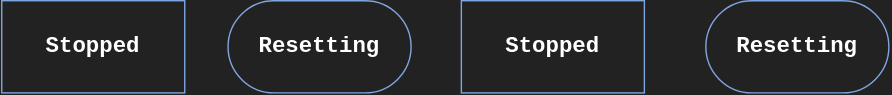
Before: drawio/PackMLState.svg, a diagram exported from draw.io (Stolorzs/Picgo). Source tidied: cells renumbered, new cells last; positions are measured from the earlier drawing's top-left corner, leaving out a move shared by most shapes. Its diagram source:
```xml
<mxGraphModel background="#222222">
  <root>
    <mxCell id="0" />
    <mxCell id="1" parent="0" />
    <mxCell id="2" value="&lt;font color=&quot;#ffffff&quot;&gt;&lt;span style=&quot;font-size: 16px;&quot;&gt;Stopped&lt;/span&gt;&lt;/font&gt;" style="rounded=0;whiteSpace=wrap;html=1;strokeColor=#7EA6E0;align=center;verticalAlign=middle;fontFamily=Courier New;fontSize=12;fontColor=default;fontStyle=1;labelBackgroundColor=none;fillColor=none;" parent="1" vertex="1">
      <mxGeometry width="131" height="66" as="geometry" />
    </mxCell>
    <mxCell id="3" value="&lt;div&gt;&lt;font color=&quot;#ffffff&quot;&gt;&lt;span style=&quot;font-size: 16px;&quot;&gt;Resetting&lt;/span&gt;&lt;/font&gt;&lt;/div&gt;" style="rounded=1;whiteSpace=wrap;html=1;strokeColor=#7EA6E0;align=center;verticalAlign=middle;fontFamily=Courier New;fontSize=12;fontColor=default;fontStyle=1;labelBackgroundColor=none;fillColor=none;roundedPerimeter=1;arcSize=50;" parent="1" vertex="1">
      <mxGeometry x="162" width="131" height="66" as="geometry" />
    </mxCell>
    <mxCell id="4" value="&lt;font color=&quot;#ffffff&quot;&gt;&lt;span style=&quot;font-size: 16px;&quot;&gt;Stopped&lt;/span&gt;&lt;/font&gt;" style="rounded=0;whiteSpace=wrap;html=1;strokeColor=#7EA6E0;align=center;verticalAlign=middle;fontFamily=Courier New;fontSize=12;fontColor=default;fontStyle=1;labelBackgroundColor=none;fillColor=none;" parent="1" vertex="1">
      <mxGeometry x="329" width="131" height="66" as="geometry" />
    </mxCell>
    <mxCell id="5" value="&lt;div&gt;&lt;font color=&quot;#ffffff&quot;&gt;&lt;span style=&quot;font-size: 16px;&quot;&gt;Resetting&lt;/span&gt;&lt;/font&gt;&lt;/div&gt;" style="rounded=1;whiteSpace=wrap;html=1;strokeColor=#7EA6E0;align=center;verticalAlign=middle;fontFamily=Courier New;fontSize=12;fontColor=default;fontStyle=1;labelBackgroundColor=none;fillColor=none;roundedPerimeter=1;arcSize=50;" parent="1" vertex="1">
      <mxGeometry x="504" width="131" height="66" as="geometry" />
    </mxCell>
  </root>
</mxGraphModel>
```
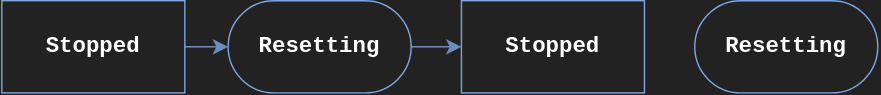
The same file after the commit.

Diff of the diagram source:
```diff
@@ -2,9 +2,15 @@
   <root>
     <mxCell id="0" />
     <mxCell id="1" parent="0" />
+    <mxCell id="6" style="edgeStyle=orthogonalEdgeStyle;shape=connector;rounded=0;jettySize=auto;html=1;strokeColor=#6c8ebf;align=center;verticalAlign=middle;fontFamily=Helvetica;fontSize=12;fontColor=default;labelBackgroundColor=default;startSize=8;endArrow=classic;endSize=8;fillColor=#dae8fc;" parent="1" edge="1" source="2" target="3">
+      <mxGeometry relative="1" as="geometry" />
+    </mxCell>
     <mxCell id="2" value="&lt;font color=&quot;#ffffff&quot;&gt;&lt;span style=&quot;font-size: 16px;&quot;&gt;Stopped&lt;/span&gt;&lt;/font&gt;" style="rounded=0;whiteSpace=wrap;html=1;strokeColor=#7EA6E0;align=center;verticalAlign=middle;fontFamily=Courier New;fontSize=12;fontColor=default;fontStyle=1;labelBackgroundColor=none;fillColor=none;" parent="1" vertex="1">
       <mxGeometry width="131" height="66" as="geometry" />
     </mxCell>
+    <mxCell id="7" style="edgeStyle=orthogonalEdgeStyle;shape=connector;rounded=0;jettySize=auto;html=1;strokeColor=#6c8ebf;align=center;verticalAlign=middle;fontFamily=Helvetica;fontSize=12;fontColor=default;labelBackgroundColor=default;startSize=8;endArrow=classic;endSize=8;fillColor=#dae8fc;" parent="1" edge="1" source="3" target="4">
+      <mxGeometry relative="1" as="geometry" />
+    </mxCell>
     <mxCell id="3" value="&lt;div&gt;&lt;font color=&quot;#ffffff&quot;&gt;&lt;span style=&quot;font-size: 16px;&quot;&gt;Resetting&lt;/span&gt;&lt;/font&gt;&lt;/div&gt;" style="rounded=1;whiteSpace=wrap;html=1;strokeColor=#7EA6E0;align=center;verticalAlign=middle;fontFamily=Courier New;fontSize=12;fontColor=default;fontStyle=1;labelBackgroundColor=none;fillColor=none;roundedPerimeter=1;arcSize=50;" parent="1" vertex="1">
       <mxGeometry x="162" width="131" height="66" as="geometry" />
     </mxCell>
@@ -12,7 +18,7 @@
       <mxGeometry x="329" width="131" height="66" as="geometry" />
     </mxCell>
     <mxCell id="5" value="&lt;div&gt;&lt;font color=&quot;#ffffff&quot;&gt;&lt;span style=&quot;font-size: 16px;&quot;&gt;Resetting&lt;/span&gt;&lt;/font&gt;&lt;/div&gt;" style="rounded=1;whiteSpace=wrap;html=1;strokeColor=#7EA6E0;align=center;verticalAlign=middle;fontFamily=Courier New;fontSize=12;fontColor=default;fontStyle=1;labelBackgroundColor=none;fillColor=none;roundedPerimeter=1;arcSize=50;" parent="1" vertex="1">
-      <mxGeometry x="504" width="131" height="66" as="geometry" />
+      <mxGeometry x="496" width="131" height="66" as="geometry" />
     </mxCell>
   </root>
 </mxGraphModel>
```
